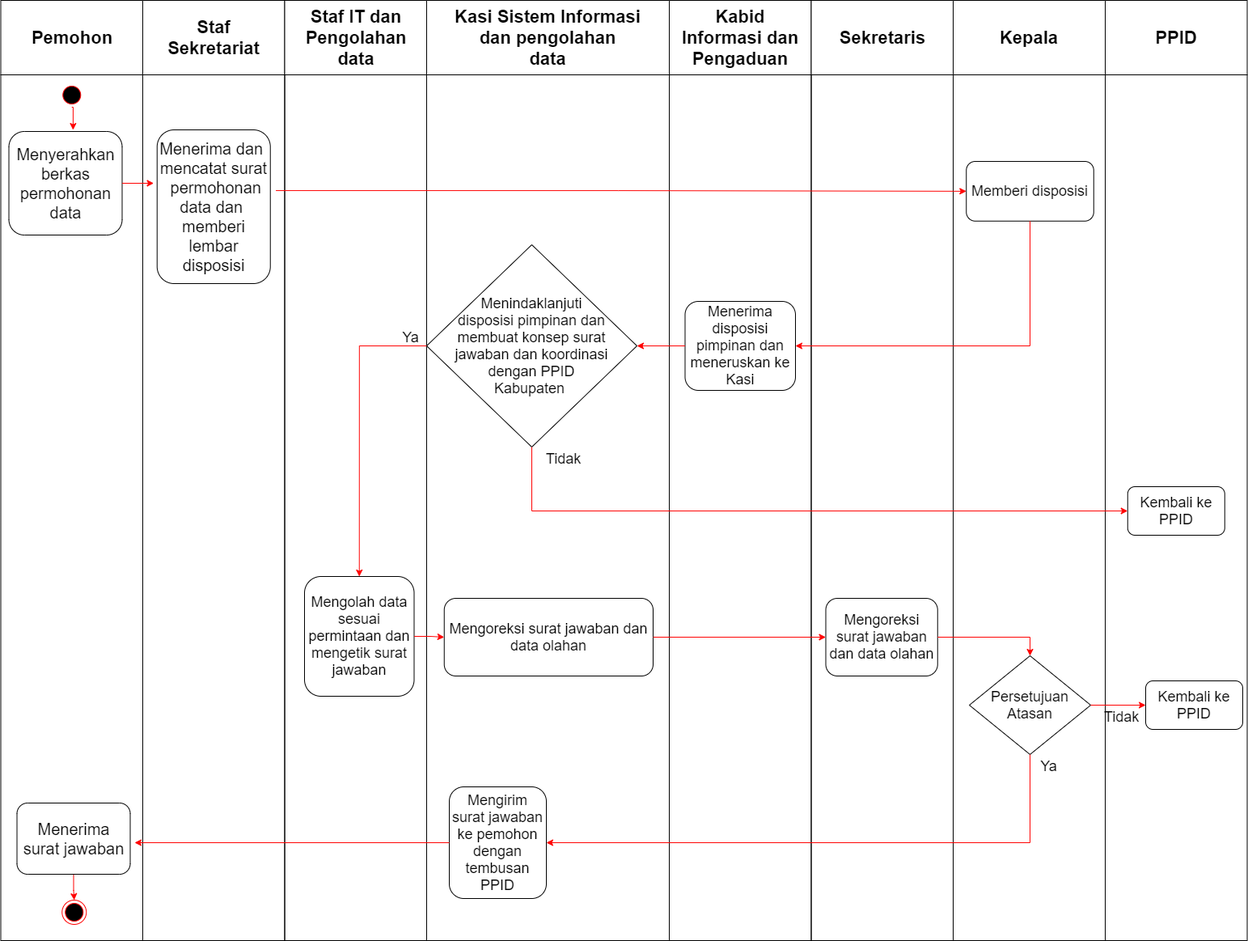
The draw.io diagram folder/STANDAR OPERASIONAL PROSEDUR SISTIM INFORMASI DATA.png in ferifahrul7/diagram-magang, before a commit. Source tidied: cells renumbered, new cells last; positions are measured from the earlier drawing's top-left corner, leaving out a move shared by most shapes.
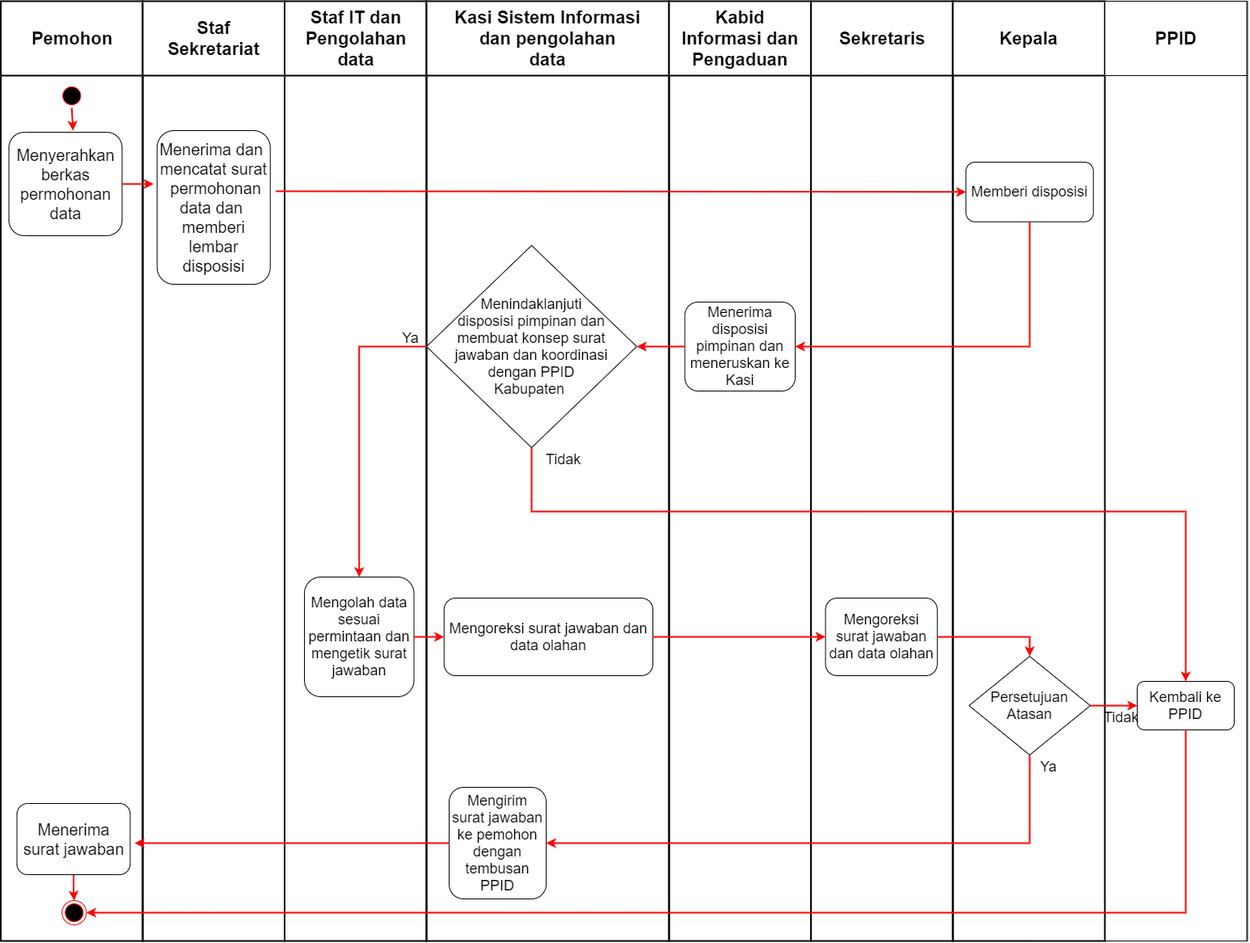
Above is the later version.

Diff of the diagram source:
```diff
@@ -2,10 +2,10 @@
   <root>
     <mxCell id="0" />
     <mxCell id="1" parent="0" />
-    <mxCell id="2" value="Pemohon" style="swimlane;whiteSpace=wrap;startSize=92;fontSize=22;" parent="1" vertex="1">
+    <mxCell id="2" value="Pemohon" style="swimlane;whiteSpace=wrap;startSize=92;fontSize=22;strokeWidth=2;" parent="1" vertex="1">
       <mxGeometry x="0.5" width="175.5" height="1162" as="geometry" />
     </mxCell>
-    <mxCell id="3" style="edgeStyle=orthogonalEdgeStyle;rounded=0;jettySize=auto;html=1;exitX=0.5;exitY=1;exitDx=0;exitDy=0;entryX=0.567;entryY=-0.015;entryDx=0;entryDy=0;entryPerimeter=0;fontSize=15;fontColor=#000000;strokeColor=#FF0303;" parent="2" edge="1" source="4" target="5">
+    <mxCell id="3" style="edgeStyle=orthogonalEdgeStyle;rounded=0;jettySize=auto;html=1;exitX=0.5;exitY=1;exitDx=0;exitDy=0;entryX=0.567;entryY=-0.015;entryDx=0;entryDy=0;entryPerimeter=0;fontSize=15;fontColor=#000000;strokeColor=#FF0303;strokeWidth=2;" parent="2" edge="1" source="4" target="5">
       <mxGeometry relative="1" as="geometry" />
     </mxCell>
     <mxCell id="4" style="ellipse;shape=startState;fillColor=#000000;strokeColor=#ff0000;" parent="2" vertex="1">
@@ -14,7 +14,7 @@
     <mxCell id="5" value="Menyerahkan&#10;berkas&#10;permohonan&#10;data" style="rounded=1;whiteSpace=wrap;html=1;fontFamily=Helvetica;fontSize=20;fontColor=#000000;align=center;strokeColor=#000000;fillColor=#ffffff;" parent="2" vertex="1">
       <mxGeometry x="10" y="162" width="140" height="128" as="geometry" />
     </mxCell>
-    <mxCell id="6" style="edgeStyle=orthogonalEdgeStyle;rounded=0;jettySize=auto;html=1;entryX=0.5;entryY=0;entryDx=0;entryDy=0;fontSize=18;fontColor=#000000;strokeColor=#FF0303;" parent="2" edge="1" source="7" target="8">
+    <mxCell id="6" style="edgeStyle=orthogonalEdgeStyle;rounded=0;jettySize=auto;html=1;entryX=0.5;entryY=0;entryDx=0;entryDy=0;fontSize=18;fontColor=#000000;strokeColor=#FF0303;strokeWidth=2;" parent="2" edge="1" source="7" target="8">
       <mxGeometry relative="1" as="geometry" />
     </mxCell>
     <mxCell id="7" value="Menerima surat jawaban" style="rounded=1;whiteSpace=wrap;html=1;fontFamily=Helvetica;fontSize=20;fontColor=#000000;align=center;strokeColor=#000000;fillColor=#ffffff;" parent="2" vertex="1">
@@ -23,13 +23,13 @@
     <mxCell id="8" style="ellipse;html=1;shape=endState;fillColor=#000000;strokeColor=#ff0000;fontSize=18;fontColor=#000000;" parent="2" vertex="1">
       <mxGeometry x="75.8" y="1112" width="30" height="30" as="geometry" />
     </mxCell>
-    <mxCell id="9" value="Staf&#10;Sekretariat" style="swimlane;whiteSpace=wrap;startSize=92;fontSize=22;" parent="1" vertex="1">
+    <mxCell id="9" value="Staf&#10;Sekretariat" style="swimlane;whiteSpace=wrap;startSize=92;fontSize=22;strokeWidth=2;" parent="1" vertex="1">
       <mxGeometry x="176" width="175.5" height="1162" as="geometry" />
     </mxCell>
     <mxCell id="10" value="Menerima dan &#10;mencatat surat&#10; permohonan&#10;data dan &#10;memberi&#10; lembar &#10;disposisi" style="rounded=1;whiteSpace=wrap;html=1;fontFamily=Helvetica;fontSize=20;fontColor=#000000;align=center;strokeColor=#000000;fillColor=#ffffff;" parent="9" vertex="1">
       <mxGeometry x="17.8" y="160" width="140" height="190" as="geometry" />
     </mxCell>
-    <mxCell id="11" value="Staf IT dan Pengolahan&#10;data" style="swimlane;whiteSpace=wrap;startSize=92;fontSize=22;" parent="1" vertex="1">
+    <mxCell id="11" value="Staf IT dan Pengolahan&#10;data" style="swimlane;whiteSpace=wrap;startSize=92;fontSize=22;strokeWidth=2;" parent="1" vertex="1">
       <mxGeometry x="351.5" width="175.5" height="1162" as="geometry" />
     </mxCell>
     <mxCell id="12" value="&#10;&#10;Mengolah data sesuai permintaan dan&#10;mengetik surat jawaban &#10;&#10;" style="rounded=1;whiteSpace=wrap;html=1;fontSize=18;fontColor=#000000;" parent="11" vertex="1">
@@ -38,14 +38,14 @@
     <mxCell id="13" value="Ya" style="text;html=1;align=center;verticalAlign=middle;fillColor=none;strokeColor=none;rounded=0;fontSize=18;fontColor=#000000;" parent="11" vertex="1">
       <mxGeometry x="135.5" y="402" width="40" height="30" as="geometry" />
     </mxCell>
-    <mxCell id="14" value="Kasi Sistem Informasi&#10;dan pengolahan&#10;data" style="swimlane;whiteSpace=wrap;startSize=92;fontSize=22;" parent="1" vertex="1">
+    <mxCell id="14" value="Kasi Sistem Informasi&#10;dan pengolahan&#10;data" style="swimlane;whiteSpace=wrap;startSize=92;fontSize=22;strokeWidth=2;" parent="1" vertex="1">
       <mxGeometry x="527" width="300" height="1162" as="geometry" />
     </mxCell>
     <mxCell id="15" value="Menindaklanjuti&lt;br&gt;disposisi pimpinan dan&lt;br&gt;membuat konsep surat&lt;br&gt;jawaban dan koordinasi&lt;br&gt;dengan PPID&lt;br&gt;Kabupaten&amp;nbsp;" style="rhombus;whiteSpace=wrap;html=1;fontSize=18;fontColor=#000000;" parent="14" vertex="1">
       <mxGeometry y="302" width="260" height="250" as="geometry" />
     </mxCell>
     <mxCell id="16" value="&#10;&#10;Mengoreksi surat jawaban dan data olahan &#10;&#10;" style="rounded=1;whiteSpace=wrap;html=1;fontSize=18;fontColor=#000000;" parent="14" vertex="1">
-      <mxGeometry x="21.8" y="739" width="258.2" height="96" as="geometry" />
+      <mxGeometry x="21.8" y="738" width="258.2" height="96" as="geometry" />
     </mxCell>
     <mxCell id="17" value="&#10;&#10;Mengirim surat jawaban ke pemohon&#10;dengan tembusan PPID &#10;&#10;" style="rounded=1;whiteSpace=wrap;html=1;fontSize=18;fontColor=#000000;" parent="14" vertex="1">
       <mxGeometry x="28" y="972" width="120" height="138" as="geometry" />
@@ -53,19 +53,19 @@
     <mxCell id="18" value="Tidak" style="text;html=1;align=center;verticalAlign=middle;fillColor=none;strokeColor=none;rounded=0;fontSize=18;fontColor=#000000;" parent="14" vertex="1">
       <mxGeometry x="139" y="552" width="60" height="30" as="geometry" />
     </mxCell>
-    <mxCell id="19" value="Kabid&#10;Informasi dan&#10;Pengaduan" style="swimlane;whiteSpace=wrap;startSize=92;fontSize=22;" parent="1" vertex="1">
+    <mxCell id="19" value="Kabid&#10;Informasi dan&#10;Pengaduan" style="swimlane;whiteSpace=wrap;startSize=92;fontSize=22;strokeWidth=2;" parent="1" vertex="1">
       <mxGeometry x="827" width="175.5" height="1162" as="geometry" />
     </mxCell>
     <mxCell id="20" value="Menerima disposisi pimpinan dan&lt;br style=&quot;font-size: 18px;&quot;&gt;meneruskan ke Kasi" style="rounded=1;whiteSpace=wrap;html=1;fontFamily=Helvetica;fontSize=18;fontColor=#000000;align=center;strokeColor=#000000;fillColor=#ffffff;" parent="19" vertex="1">
       <mxGeometry x="19.5" y="372" width="136.5" height="110" as="geometry" />
     </mxCell>
-    <mxCell id="21" value="Sekretaris" style="swimlane;whiteSpace=wrap;startSize=92;fontSize=22;" parent="1" vertex="1">
+    <mxCell id="21" value="Sekretaris" style="swimlane;whiteSpace=wrap;startSize=92;fontSize=22;strokeWidth=2;" parent="1" vertex="1">
       <mxGeometry x="1002.5" width="175.5" height="1162" as="geometry" />
     </mxCell>
     <mxCell id="22" value="&#10;&#10;Mengoreksi surat jawaban dan data olahan &#10;&#10;" style="rounded=1;whiteSpace=wrap;html=1;fontSize=18;fontColor=#000000;" parent="21" vertex="1">
-      <mxGeometry x="18" y="739" width="138.2" height="96" as="geometry" />
+      <mxGeometry x="18" y="738" width="138.2" height="96" as="geometry" />
     </mxCell>
-    <mxCell id="23" value="Kepala" style="swimlane;whiteSpace=wrap;startSize=92;fontSize=22;" parent="1" vertex="1">
+    <mxCell id="23" value="Kepala" style="swimlane;whiteSpace=wrap;startSize=92;fontSize=22;strokeWidth=2;" parent="1" vertex="1">
       <mxGeometry x="1178" width="188" height="1162" as="geometry" />
     </mxCell>
     <mxCell id="24" value="&lt;font style=&quot;font-size: 18px&quot;&gt;Memberi disposisi&lt;/font&gt;" style="rounded=1;whiteSpace=wrap;html=1;fontFamily=Helvetica;fontSize=15;fontColor=#000000;align=center;strokeColor=#000000;fillColor=#ffffff;" parent="23" vertex="1">
@@ -81,55 +81,66 @@
       <mxGeometry x="1366" width="175.5" height="1162" as="geometry" />
     </mxCell>
     <mxCell id="28" value="Kembali ke PPID" style="rounded=1;whiteSpace=wrap;html=1;fontSize=18;fontColor=#000000;" parent="27" vertex="1">
-      <mxGeometry x="27.8" y="601" width="120" height="60" as="geometry" />
+      <mxGeometry x="40" y="841" width="120" height="60" as="geometry" />
     </mxCell>
-    <mxCell id="29" value="Kembali ke PPID" style="rounded=1;whiteSpace=wrap;html=1;fontSize=18;fontColor=#000000;" parent="27" vertex="1">
-      <mxGeometry x="50" y="841" width="120" height="60" as="geometry" />
-    </mxCell>
     <mxCell id="30" value="Tidak" style="text;html=1;align=center;verticalAlign=middle;fillColor=none;strokeColor=none;rounded=0;fontSize=18;fontColor=#000000;" parent="27" vertex="1">
       <mxGeometry x="-10" y="871" width="60" height="30" as="geometry" />
     </mxCell>
-    <mxCell id="31" style="edgeStyle=orthogonalEdgeStyle;rounded=0;jettySize=auto;html=1;exitX=1;exitY=0.5;exitDx=0;exitDy=0;entryX=-0.03;entryY=0.345;entryDx=0;entryDy=0;entryPerimeter=0;fontSize=15;fontColor=#000000;strokeColor=#FF0303;" parent="1" edge="1" source="5" target="10">
+    <mxCell id="31" style="edgeStyle=orthogonalEdgeStyle;rounded=0;jettySize=auto;html=1;exitX=1;exitY=0.5;exitDx=0;exitDy=0;entryX=-0.03;entryY=0.345;entryDx=0;entryDy=0;entryPerimeter=0;fontSize=15;fontColor=#000000;strokeColor=#FF0303;strokeWidth=2;" parent="1" edge="1" source="5" target="10">
       <mxGeometry relative="1" as="geometry" />
     </mxCell>
-    <mxCell id="32" style="edgeStyle=orthogonalEdgeStyle;rounded=0;jettySize=auto;html=1;exitX=1.049;exitY=0.395;exitDx=0;exitDy=0;entryX=0;entryY=0.5;entryDx=0;entryDy=0;fontSize=15;fontColor=#000000;strokeColor=#FF0303;exitPerimeter=0;" parent="1" edge="1" source="10" target="24">
+    <mxCell id="32" style="edgeStyle=orthogonalEdgeStyle;rounded=0;jettySize=auto;html=1;exitX=1.049;exitY=0.395;exitDx=0;exitDy=0;entryX=0;entryY=0.5;entryDx=0;entryDy=0;fontSize=15;fontColor=#000000;strokeColor=#FF0303;exitPerimeter=0;strokeWidth=2;" parent="1" edge="1" source="10" target="24">
       <mxGeometry relative="1" as="geometry" />
     </mxCell>
-    <mxCell id="33" style="edgeStyle=orthogonalEdgeStyle;rounded=0;jettySize=auto;html=1;exitX=0.5;exitY=1;exitDx=0;exitDy=0;entryX=1;entryY=0.5;entryDx=0;entryDy=0;fontSize=18;fontColor=#000000;strokeColor=#FF0303;" parent="1" edge="1" source="24" target="20">
+    <mxCell id="33" style="edgeStyle=orthogonalEdgeStyle;rounded=0;jettySize=auto;html=1;exitX=0.5;exitY=1;exitDx=0;exitDy=0;entryX=1;entryY=0.5;entryDx=0;entryDy=0;fontSize=18;fontColor=#000000;strokeColor=#FF0303;strokeWidth=2;" parent="1" edge="1" source="24" target="20">
       <mxGeometry relative="1" as="geometry" />
     </mxCell>
-    <mxCell id="34" style="edgeStyle=orthogonalEdgeStyle;rounded=0;jettySize=auto;html=1;exitX=0;exitY=0.5;exitDx=0;exitDy=0;fontSize=18;fontColor=#000000;strokeColor=#FF0303;entryX=1;entryY=0.5;entryDx=0;entryDy=0;" parent="1" edge="1" source="20" target="15">
+    <mxCell id="34" style="edgeStyle=orthogonalEdgeStyle;rounded=0;jettySize=auto;html=1;exitX=0;exitY=0.5;exitDx=0;exitDy=0;fontSize=18;fontColor=#000000;strokeColor=#FF0303;entryX=1;entryY=0.5;entryDx=0;entryDy=0;strokeWidth=2;" parent="1" edge="1" source="20" target="15">
       <mxGeometry relative="1" as="geometry" />
     </mxCell>
-    <mxCell id="35" style="edgeStyle=orthogonalEdgeStyle;rounded=0;jettySize=auto;html=1;entryX=0;entryY=0.5;entryDx=0;entryDy=0;fontSize=18;fontColor=#000000;strokeColor=#FF0303;" parent="1" edge="1" source="15" target="28">
+    <mxCell id="35" style="edgeStyle=orthogonalEdgeStyle;rounded=0;jettySize=auto;html=1;entryX=0.5;entryY=0;entryDx=0;entryDy=0;fontSize=18;fontColor=#000000;strokeColor=#FF0303;strokeWidth=2;" parent="1" edge="1" source="15" target="28">
       <mxGeometry relative="1" as="geometry">
         <Array as="points">
           <mxPoint x="657" y="631" />
+          <mxPoint x="1466" y="631" />
         </Array>
       </mxGeometry>
     </mxCell>
-    <mxCell id="36" style="edgeStyle=orthogonalEdgeStyle;rounded=0;jettySize=auto;html=1;entryX=0.5;entryY=0;entryDx=0;entryDy=0;fontSize=18;fontColor=#000000;strokeColor=#FF0303;" parent="1" edge="1" source="15" target="12">
+    <mxCell id="36" style="edgeStyle=orthogonalEdgeStyle;rounded=0;jettySize=auto;html=1;entryX=0.5;entryY=0;entryDx=0;entryDy=0;fontSize=18;fontColor=#000000;strokeColor=#FF0303;strokeWidth=2;" parent="1" edge="1" source="15" target="12">
       <mxGeometry relative="1" as="geometry" />
     </mxCell>
-    <mxCell id="37" style="edgeStyle=orthogonalEdgeStyle;rounded=0;jettySize=auto;html=1;fontSize=18;fontColor=#000000;strokeColor=#FF0303;" parent="1" edge="1" source="12" target="16">
+    <mxCell id="37" style="edgeStyle=orthogonalEdgeStyle;rounded=0;jettySize=auto;html=1;fontSize=18;fontColor=#000000;strokeColor=#FF0303;strokeWidth=2;" parent="1" edge="1" source="12" target="16">
       <mxGeometry relative="1" as="geometry" />
     </mxCell>
-    <mxCell id="38" style="edgeStyle=orthogonalEdgeStyle;rounded=0;jettySize=auto;html=1;fontSize=18;fontColor=#000000;strokeColor=#FF0303;" parent="1" edge="1" source="16" target="22">
+    <mxCell id="38" style="edgeStyle=orthogonalEdgeStyle;rounded=0;jettySize=auto;html=1;fontSize=18;fontColor=#000000;strokeColor=#FF0303;strokeWidth=2;" parent="1" edge="1" source="16" target="22">
       <mxGeometry relative="1" as="geometry" />
     </mxCell>
-    <mxCell id="39" style="edgeStyle=orthogonalEdgeStyle;rounded=0;jettySize=auto;html=1;fontSize=18;fontColor=#000000;strokeColor=#FF0303;entryX=0.5;entryY=0;entryDx=0;entryDy=0;" parent="1" edge="1" source="22" target="25">
+    <mxCell id="39" style="edgeStyle=orthogonalEdgeStyle;rounded=0;jettySize=auto;html=1;fontSize=18;fontColor=#000000;strokeColor=#FF0303;entryX=0.5;entryY=0;entryDx=0;entryDy=0;strokeWidth=2;" parent="1" edge="1" source="22" target="25">
       <mxGeometry relative="1" as="geometry" />
     </mxCell>
-    <mxCell id="40" style="edgeStyle=orthogonalEdgeStyle;rounded=0;jettySize=auto;html=1;entryX=0;entryY=0.5;entryDx=0;entryDy=0;fontSize=18;fontColor=#000000;strokeColor=#FF0303;" parent="1" edge="1" source="25" target="29">
+    <mxCell id="40" style="edgeStyle=orthogonalEdgeStyle;rounded=0;jettySize=auto;html=1;entryX=0;entryY=0.5;entryDx=0;entryDy=0;fontSize=18;fontColor=#000000;strokeColor=#FF0303;strokeWidth=2;" parent="1" edge="1" source="25" target="28">
       <mxGeometry relative="1" as="geometry" />
     </mxCell>
-    <mxCell id="41" style="edgeStyle=orthogonalEdgeStyle;rounded=0;jettySize=auto;html=1;exitX=0.5;exitY=1;exitDx=0;exitDy=0;entryX=1;entryY=0.5;entryDx=0;entryDy=0;fontSize=18;fontColor=#000000;strokeColor=#FF0303;" parent="1" edge="1" source="25" target="17">
+    <mxCell id="41" style="edgeStyle=orthogonalEdgeStyle;rounded=0;jettySize=auto;html=1;exitX=0.5;exitY=1;exitDx=0;exitDy=0;entryX=1;entryY=0.5;entryDx=0;entryDy=0;fontSize=18;fontColor=#000000;strokeColor=#FF0303;strokeWidth=2;" parent="1" edge="1" source="25" target="17">
       <mxGeometry relative="1" as="geometry" />
     </mxCell>
-    <mxCell id="42" style="edgeStyle=orthogonalEdgeStyle;rounded=0;jettySize=auto;html=1;fontSize=18;fontColor=#000000;strokeColor=#FF0303;" parent="1" edge="1" source="17">
+    <mxCell id="42" style="edgeStyle=orthogonalEdgeStyle;rounded=0;jettySize=auto;html=1;fontSize=18;fontColor=#000000;strokeColor=#FF0303;strokeWidth=2;" parent="1" edge="1" source="17">
       <mxGeometry relative="1" as="geometry">
         <mxPoint x="166" y="1041" as="targetPoint" />
       </mxGeometry>
     </mxCell>
+    <mxCell id="43" style="edgeStyle=orthogonalEdgeStyle;rounded=0;jettySize=auto;html=1;entryX=1;entryY=0.5;entryDx=0;entryDy=0;fontSize=22;strokeColor=#FF0303;strokeWidth=2;" parent="1" edge="1" source="28" target="8">
+      <mxGeometry relative="1" as="geometry">
+        <Array as="points">
+          <mxPoint x="1466" y="1127" />
+        </Array>
+      </mxGeometry>
+    </mxCell>
+    <mxCell id="44" style="endArrow=none;html=1;fontSize=22;entryX=1;entryY=0;entryDx=0;entryDy=0;exitX=1;exitY=1;exitDx=0;exitDy=0;" parent="1" edge="1">
+      <mxGeometry relative="1" as="geometry">
+        <mxPoint x="1542.5" y="1162" as="sourcePoint" />
+        <mxPoint x="1542.5" as="targetPoint" />
+      </mxGeometry>
+    </mxCell>
   </root>
 </mxGraphModel>
```
